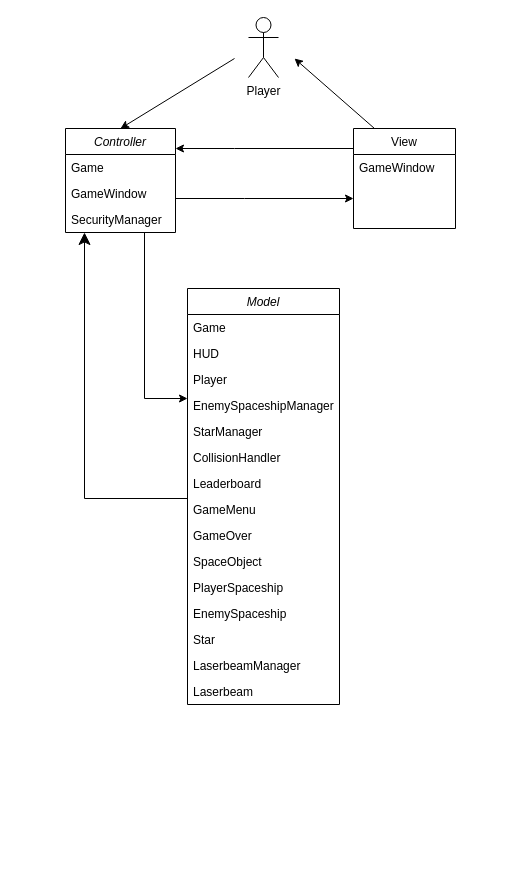
Earlier version of the draw.io diagram Documentation/MVC Diagram/MVC Diagram.drawio (YuvalShor/Space-Shooter). Source tidied: cells renumbered, new cells numbered last; positions are measured from the earlier drawing's top-left corner, leaving out a move shared by most shapes. Both pictures are drawn from the tidied source at 100%, with x=0, y=0 at pixel (65, 17).
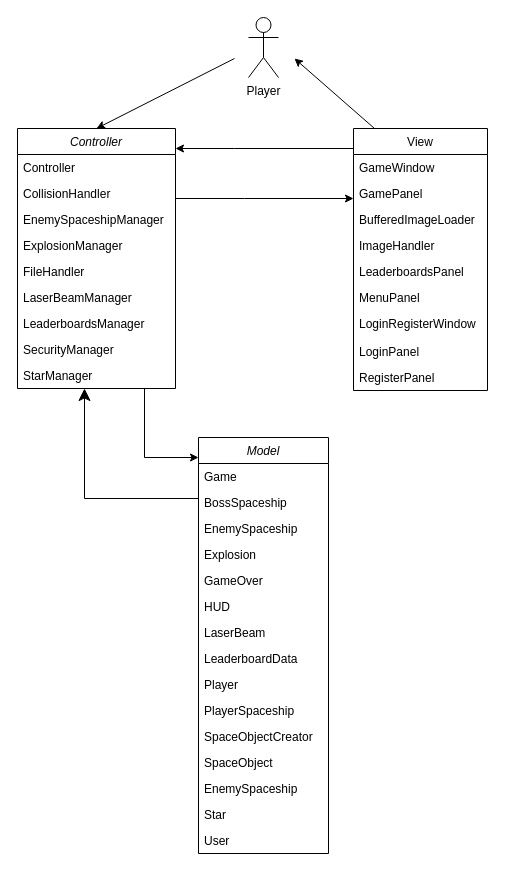
After the change.

What changed in the source:
```diff
@@
     <mxCell id="6" style="endArrow=classic;shadow=0;strokeWidth=1;strokeColor=#000000;rounded=0;endFill=1;edgeStyle=elbowEdgeStyle;elbow=vertical;" parent="1" edge="1" source="9" target="15">
       <mxGeometry x="0.5" y="41" relative="1" as="geometry">
         <Array as="points">
+          <mxPoint x="79" y="440" />
+          <mxPoint x="79" y="400" />
           <mxPoint x="79" y="381" />
           <mxPoint x="69" y="381" />
           <mxPoint x="109" y="401" />
           <mxPoint x="59" y="531" />
           <mxPoint x="69" y="511" />
           <mxPoint x="39" y="491" />
           <mxPoint x="49" y="481" />
         </Array>
         <mxPoint x="-40" y="32" as="offset" />
       </mxGeometry>
     </mxCell>
@@
     <mxCell id="9" value="Controller" style="swimlane;fontStyle=2;align=center;verticalAlign=top;horizontal=1;startSize=26;rounded=0;shadow=0;strokeWidth=1;" parent="1" vertex="1">
-      <mxGeometry y="111" width="110" height="104" as="geometry" />
+      <mxGeometry x="-48" y="111" width="158" height="260" as="geometry" />
     </mxCell>
-    <mxCell id="10" value="Game" style="text;align=left;verticalAlign=top;spacingLeft=4;spacingRight=4;overflow=hidden;" parent="9" vertex="1">
-      <mxGeometry y="26" width="110" height="26" as="geometry" />
+    <mxCell id="10" value="Controller" style="text;align=left;verticalAlign=top;spacingLeft=4;spacingRight=4;overflow=hidden;" parent="9" vertex="1">
+      <mxGeometry y="26" width="158" height="26" as="geometry" />
     </mxCell>
-    <mxCell id="11" value="GameWindow" style="text;align=left;verticalAlign=top;spacingLeft=4;spacingRight=4;overflow=hidden;" parent="9" vertex="1">
-      <mxGeometry y="52" width="110" height="26" as="geometry" />
-    </mxCell>
-    <mxCell id="12" value="SecurityManager" style="text;align=left;verticalAlign=top;spacingLeft=4;spacingRight=4;overflow=hidden;" parent="9" vertex="1">
-      <mxGeometry y="78" width="110" height="26" as="geometry" />
+    <mxCell id="12" value="CollisionHandler" style="text;align=left;verticalAlign=top;spacingLeft=4;spacingRight=4;overflow=hidden;" parent="9" vertex="1">
+      <mxGeometry y="52" width="158" height="26" as="geometry" />
     </mxCell>
+    <mxCell id="31" value="EnemySpaceshipManager" style="text;align=left;verticalAlign=top;spacingLeft=4;spacingRight=4;overflow=hidden;" parent="9" vertex="1">
+      <mxGeometry y="78" width="158" height="26" as="geometry" />
+    </mxCell>
+    <mxCell id="32" value="ExplosionManager" style="text;align=left;verticalAlign=top;spacingLeft=4;spacingRight=4;overflow=hidden;" parent="9" vertex="1">
+      <mxGeometry y="104" width="158" height="26" as="geometry" />
+    </mxCell>
+    <mxCell id="33" value="FileHandler" style="text;align=left;verticalAlign=top;spacingLeft=4;spacingRight=4;overflow=hidden;" parent="9" vertex="1">
+      <mxGeometry y="130" width="158" height="26" as="geometry" />
+    </mxCell>
+    <mxCell id="34" value="LaserBeamManager" style="text;align=left;verticalAlign=top;spacingLeft=4;spacingRight=4;overflow=hidden;" parent="9" vertex="1">
+      <mxGeometry y="156" width="158" height="26" as="geometry" />
+    </mxCell>
+    <mxCell id="35" value="LeaderboardsManager" style="text;align=left;verticalAlign=top;spacingLeft=4;spacingRight=4;overflow=hidden;" parent="9" vertex="1">
+      <mxGeometry y="182" width="158" height="26" as="geometry" />
+    </mxCell>
+    <mxCell id="36" value="SecurityManager" style="text;align=left;verticalAlign=top;spacingLeft=4;spacingRight=4;overflow=hidden;" parent="9" vertex="1">
+      <mxGeometry y="208" width="158" height="26" as="geometry" />
+    </mxCell>
+    <mxCell id="37" value="StarManager" style="text;align=left;verticalAlign=top;spacingLeft=4;spacingRight=4;overflow=hidden;" parent="9" vertex="1">
+      <mxGeometry y="234" width="158" height="26" as="geometry" />
+    </mxCell>
     <mxCell id="13" value="View" style="swimlane;fontStyle=0;align=center;verticalAlign=top;horizontal=1;startSize=26;rounded=0;shadow=0;strokeWidth=1;" parent="1" vertex="1">
-      <mxGeometry x="288" y="111" width="102" height="100" as="geometry" />
+      <mxGeometry x="288" y="111" width="134" height="262" as="geometry" />
     </mxCell>
     <mxCell id="14" value="GameWindow" style="text;align=left;verticalAlign=top;spacingLeft=4;spacingRight=4;overflow=hidden;" parent="13" vertex="1">
-      <mxGeometry y="26" width="102" height="26" as="geometry" />
+      <mxGeometry y="26" width="134" height="26" as="geometry" />
     </mxCell>
+    <mxCell id="38" value="GamePanel" style="text;align=left;verticalAlign=top;spacingLeft=4;spacingRight=4;overflow=hidden;" parent="13" vertex="1">
+      <mxGeometry y="52" width="134" height="26" as="geometry" />
+    </mxCell>
+    <mxCell id="39" value="BufferedImageLoader" style="text;align=left;verticalAlign=top;spacingLeft=4;spacingRight=4;overflow=hidden;" parent="13" vertex="1">
+      <mxGeometry y="78" width="134" height="26" as="geometry" />
+    </mxCell>
+    <mxCell id="40" value="ImageHandler" style="text;align=left;verticalAlign=top;spacingLeft=4;spacingRight=4;overflow=hidden;" parent="13" vertex="1">
+      <mxGeometry y="104" width="134" height="26" as="geometry" />
+    </mxCell>
+    <mxCell id="41" value="LeaderboardsPanel" style="text;align=left;verticalAlign=top;spacingLeft=4;spacingRight=4;overflow=hidden;" parent="13" vertex="1">
+      <mxGeometry y="130" width="134" height="26" as="geometry" />
+    </mxCell>
+    <mxCell id="42" value="MenuPanel" style="text;align=left;verticalAlign=top;spacingLeft=4;spacingRight=4;overflow=hidden;" parent="13" vertex="1">
+      <mxGeometry y="156" width="134" height="26" as="geometry" />
+    </mxCell>
+    <mxCell id="43" value="LoginRegisterWindow" style="text;align=left;verticalAlign=top;spacingLeft=4;spacingRight=4;overflow=hidden;" parent="13" vertex="1">
+      <mxGeometry y="182" width="134" height="28" as="geometry" />
+    </mxCell>
+    <mxCell id="44" value="LoginPanel" style="text;align=left;verticalAlign=top;spacingLeft=4;spacingRight=4;overflow=hidden;" parent="13" vertex="1">
+      <mxGeometry y="210" width="134" height="26" as="geometry" />
+    </mxCell>
+    <mxCell id="45" value="RegisterPanel" style="text;align=left;verticalAlign=top;spacingLeft=4;spacingRight=4;overflow=hidden;" parent="13" vertex="1">
+      <mxGeometry y="236" width="134" height="26" as="geometry" />
+    </mxCell>
     <mxCell id="15" value="Model" style="swimlane;fontStyle=2;align=center;verticalAlign=top;horizontal=1;startSize=26;rounded=0;shadow=0;strokeWidth=1;" parent="1" vertex="1">
-      <mxGeometry x="122" y="271" width="152" height="416" as="geometry" />
+      <mxGeometry x="133" y="420" width="130" height="416" as="geometry" />
     </mxCell>
     <mxCell id="16" value="Game" style="text;align=left;verticalAlign=top;spacingLeft=4;spacingRight=4;overflow=hidden;" parent="15" vertex="1">
-      <mxGeometry y="26" width="152" height="26" as="geometry" />
+      <mxGeometry y="26" width="130" height="26" as="geometry" />
     </mxCell>
-    <mxCell id="17" value="HUD" style="text;align=left;verticalAlign=top;spacingLeft=4;spacingRight=4;overflow=hidden;" parent="15" vertex="1">
-      <mxGeometry y="52" width="152" height="26" as="geometry" />
+    <mxCell id="17" value="BossSpaceship" style="text;align=left;verticalAlign=top;spacingLeft=4;spacingRight=4;overflow=hidden;" parent="15" vertex="1">
+      <mxGeometry y="52" width="130" height="26" as="geometry" />
     </mxCell>
-    <mxCell id="18" value="Player" style="text;align=left;verticalAlign=top;spacingLeft=4;spacingRight=4;overflow=hidden;" parent="15" vertex="1">
-      <mxGeometry y="78" width="152" height="26" as="geometry" />
+    <mxCell id="18" value="EnemySpaceship" style="text;align=left;verticalAlign=top;spacingLeft=4;spacingRight=4;overflow=hidden;" parent="15" vertex="1">
+      <mxGeometry y="78" width="130" height="26" as="geometry" />
     </mxCell>
-    <mxCell id="19" value="EnemySpaceshipManager&#10;" style="text;align=left;verticalAlign=top;spacingLeft=4;spacingRight=4;overflow=hidden;" parent="15" vertex="1">
-      <mxGeometry y="104" width="152" height="26" as="geometry" />
+    <mxCell id="19" value="Explosion" style="text;align=left;verticalAlign=top;spacingLeft=4;spacingRight=4;overflow=hidden;" parent="15" vertex="1">
+      <mxGeometry y="104" width="130" height="26" as="geometry" />
     </mxCell>
-    <mxCell id="20" value="StarManager" style="text;align=left;verticalAlign=top;spacingLeft=4;spacingRight=4;overflow=hidden;" parent="15" vertex="1">
-      <mxGeometry y="130" width="152" height="26" as="geometry" />
+    <mxCell id="20" value="GameOver" style="text;align=left;verticalAlign=top;spacingLeft=4;spacingRight=4;overflow=hidden;" parent="15" vertex="1">
+      <mxGeometry y="130" width="130" height="26" as="geometry" />
     </mxCell>
-    <mxCell id="21" value="CollisionHandler" style="text;align=left;verticalAlign=top;spacingLeft=4;spacingRight=4;overflow=hidden;" parent="15" vertex="1">
-      <mxGeometry y="156" width="152" height="26" as="geometry" />
+    <mxCell id="21" value="HUD" style="text;align=left;verticalAlign=top;spacingLeft=4;spacingRight=4;overflow=hidden;" parent="15" vertex="1">
+      <mxGeometry y="156" width="130" height="26" as="geometry" />
     </mxCell>
-    <mxCell id="22" value="Leaderboard" style="text;align=left;verticalAlign=top;spacingLeft=4;spacingRight=4;overflow=hidden;" parent="15" vertex="1">
-      <mxGeometry y="182" width="152" height="26" as="geometry" />
+    <mxCell id="22" value="LaserBeam" style="text;align=left;verticalAlign=top;spacingLeft=4;spacingRight=4;overflow=hidden;" parent="15" vertex="1">
+      <mxGeometry y="182" width="130" height="26" as="geometry" />
     </mxCell>
-    <mxCell id="23" value="GameMenu" style="text;align=left;verticalAlign=top;spacingLeft=4;spacingRight=4;overflow=hidden;" parent="15" vertex="1">
-      <mxGeometry y="208" width="152" height="26" as="geometry" />
+    <mxCell id="23" value="LeaderboardData" style="text;align=left;verticalAlign=top;spacingLeft=4;spacingRight=4;overflow=hidden;" parent="15" vertex="1">
+      <mxGeometry y="208" width="130" height="26" as="geometry" />
     </mxCell>
-    <mxCell id="24" value="GameOver" style="text;align=left;verticalAlign=top;spacingLeft=4;spacingRight=4;overflow=hidden;" parent="15" vertex="1">
-      <mxGeometry y="234" width="152" height="26" as="geometry" />
+    <mxCell id="24" value="Player" style="text;align=left;verticalAlign=top;spacingLeft=4;spacingRight=4;overflow=hidden;" parent="15" vertex="1">
+      <mxGeometry y="234" width="130" height="26" as="geometry" />
     </mxCell>
+    <mxCell id="26" value="PlayerSpaceship" style="text;align=left;verticalAlign=top;spacingLeft=4;spacingRight=4;overflow=hidden;" parent="15" vertex="1">
+      <mxGeometry y="260" width="130" height="26" as="geometry" />
+    </mxCell>
+    <mxCell id="30" value="SpaceObjectCreator" style="text;align=left;verticalAlign=top;spacingLeft=4;spacingRight=4;overflow=hidden;" parent="15" vertex="1">
+      <mxGeometry y="286" width="130" height="26" as="geometry" />
+    </mxCell>
     <mxCell id="25" value="SpaceObject" style="text;align=left;verticalAlign=top;spacingLeft=4;spacingRight=4;overflow=hidden;" parent="15" vertex="1">
-      <mxGeometry y="260" width="152" height="26" as="geometry" />
+      <mxGeometry y="312" width="130" height="26" as="geometry" />
     </mxCell>
-    <mxCell id="26" value="PlayerSpaceship" style="text;align=left;verticalAlign=top;spacingLeft=4;spacingRight=4;overflow=hidden;" parent="15" vertex="1">
-      <mxGeometry y="286" width="152" height="26" as="geometry" />
-    </mxCell>
     <mxCell id="27" value="EnemySpaceship" style="text;align=left;verticalAlign=top;spacingLeft=4;spacingRight=4;overflow=hidden;" parent="15" vertex="1">
-      <mxGeometry y="312" width="152" height="26" as="geometry" />
+      <mxGeometry y="338" width="130" height="26" as="geometry" />
     </mxCell>
     <mxCell id="28" value="Star" style="text;align=left;verticalAlign=top;spacingLeft=4;spacingRight=4;overflow=hidden;" parent="15" vertex="1">
-      <mxGeometry y="338" width="152" height="26" as="geometry" />
+      <mxGeometry y="364" width="130" height="26" as="geometry" />
     </mxCell>
-    <mxCell id="29" value="LaserbeamManager" style="text;align=left;verticalAlign=top;spacingLeft=4;spacingRight=4;overflow=hidden;" parent="15" vertex="1">
-      <mxGeometry y="364" width="152" height="26" as="geometry" />
+    <mxCell id="29" value="User" style="text;align=left;verticalAlign=top;spacingLeft=4;spacingRight=4;overflow=hidden;" parent="15" vertex="1">
+      <mxGeometry y="390" width="130" height="26" as="geometry" />
     </mxCell>
-    <mxCell id="30" value="Laserbeam" style="text;align=left;verticalAlign=top;spacingLeft=4;spacingRight=4;overflow=hidden;" parent="15" vertex="1">
-      <mxGeometry y="390" width="152" height="26" as="geometry" />
-    </mxCell>
```
